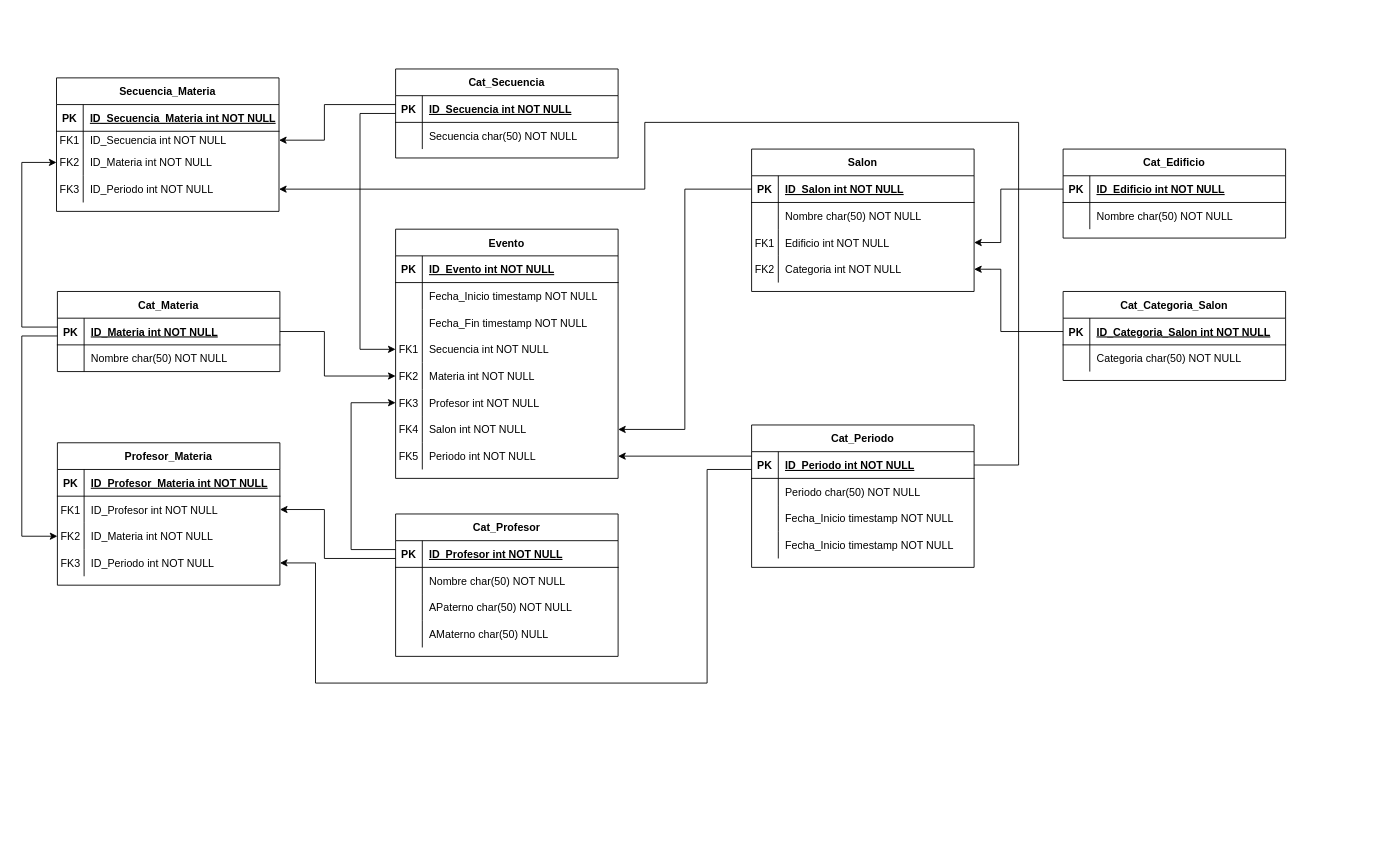
This is database/Diagrama.drawio from licdavidob/Zeus, a draw.io file, before an edit. Source tidied: cells renumbered, new cells numbered last; positions are measured from the earlier drawing's top-left corner, leaving out a move shared by most shapes. Both pictures are drawn from the tidied source at 89%, with x=0, y=0 at pixel (21, 69).
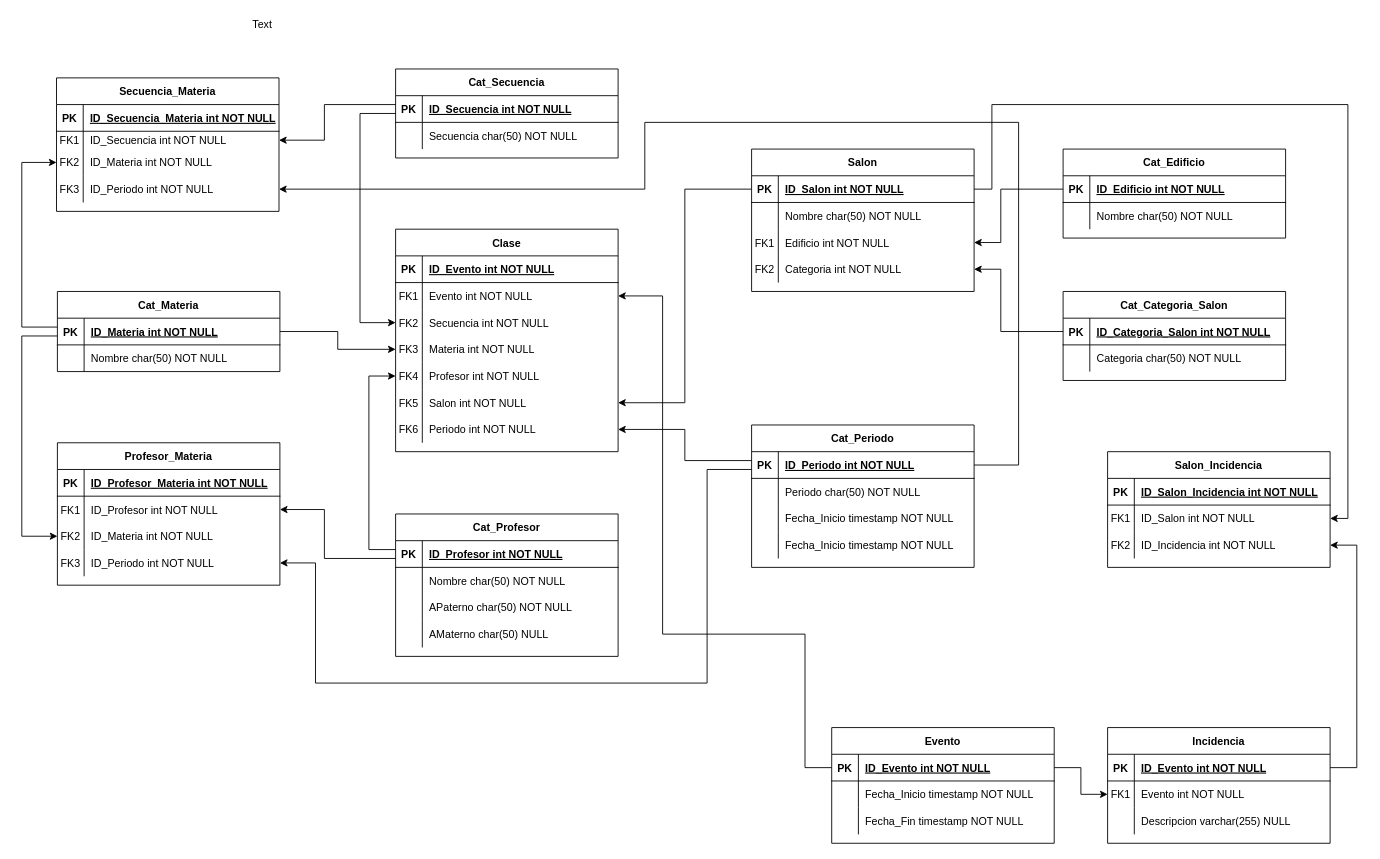
The same diagram, later.

Commit message (it also covers changes not shown here):
Trabajando en el diagrama

The change refers to these unchanged cells:
```xml
<mxCell id="3" style="shape=partialRectangle;fillColor=none;points=[[0,0.5],[1,0.5]];portConstraint=eastwest;top=0;left=0;right=0;bottom=1;" parent="2" vertex="1">
  <mxGeometry y="30" width="250" height="30" as="geometry" />
</mxCell>
<mxCell id="10" style="shape=partialRectangle;fillColor=none;points=[[0,0.5],[1,0.5]];portConstraint=eastwest;top=0;left=0;right=0;bottom=1;" parent="9" vertex="1">
  <mxGeometry y="30" width="250" height="30" as="geometry" />
</mxCell>
<mxCell id="23" style="shape=partialRectangle;fillColor=none;points=[[0,0.5],[1,0.5]];portConstraint=eastwest;top=0;left=0;right=0;bottom=1;" parent="22" vertex="1">
  <mxGeometry y="30" width="250" height="30" as="geometry" />
</mxCell>
<mxCell id="30" style="shape=partialRectangle;fillColor=none;points=[[0,0.5],[1,0.5]];portConstraint=eastwest;top=0;left=0;right=0;bottom=1;" parent="29" vertex="1">
  <mxGeometry y="30" width="250" height="30" as="geometry" />
</mxCell>
<mxCell id="60" style="shape=partialRectangle;fillColor=none;points=[[0,0.5],[1,0.5]];portConstraint=eastwest;top=0;left=0;right=0;bottom=0;" parent="56" vertex="1">
  <mxGeometry y="60" width="250" height="30" as="geometry" />
</mxCell>
<mxCell id="95" style="shape=partialRectangle;fillColor=none;points=[[0,0.5],[1,0.5]];portConstraint=eastwest;top=0;left=0;right=0;bottom=1;" parent="94" vertex="1">
  <mxGeometry y="30" width="250" height="30" as="geometry" />
</mxCell>
```

What changed in the source:
```diff
@@
-    <mxCell id="56" value="Evento" style="shape=table;startSize=30;childLayout=tableLayout;rowLines=0;fontStyle=1;align=center;" parent="1" vertex="1">
-      <mxGeometry x="420" y="180" width="250" height="280" as="geometry" />
+    <mxCell id="56" value="Clase" style="shape=table;startSize=30;childLayout=tableLayout;rowLines=0;fontStyle=1;align=center;" parent="1" vertex="1">
+      <mxGeometry x="420" y="180" width="250" height="250" as="geometry" />
     </mxCell>
@@
-    <mxCell id="61" style="shape=partialRectangle;overflow=hidden;fillColor=none;top=0;left=0;bottom=0;right=0;" parent="60" vertex="1">
+    <mxCell id="61" value="FK1" style="shape=partialRectangle;overflow=hidden;fillColor=none;top=0;left=0;bottom=0;right=0;" parent="60" vertex="1">
       <mxGeometry width="30" height="30" as="geometry" />
     </mxCell>
-    <mxCell id="62" value="Fecha_Inicio timestamp NOT NULL " style="shape=partialRectangle;overflow=hidden;fillColor=none;top=0;left=0;bottom=0;right=0;align=left;spacingLeft=6;" parent="60" vertex="1">
+    <mxCell id="62" value="Evento int NOT NULL " style="shape=partialRectangle;overflow=hidden;fillColor=none;top=0;left=0;bottom=0;right=0;align=left;spacingLeft=6;" parent="60" vertex="1">
       <mxGeometry x="30" width="220" height="30" as="geometry" />
     </mxCell>
-    <mxCell id="63" style="shape=partialRectangle;fillColor=none;top=0;left=0;right=0;bottom=0;" parent="56" vertex="1">
-      <mxGeometry y="90" width="250" height="30" as="geometry" />
-    </mxCell>
-    <mxCell id="64" style="shape=partialRectangle;overflow=hidden;fillColor=none;top=0;left=0;bottom=0;right=0;" parent="63" vertex="1">
-      <mxGeometry width="30" height="30" as="geometry" />
-    </mxCell>
-    <mxCell id="65" value="Fecha_Fin timestamp NOT NULL" style="shape=partialRectangle;overflow=hidden;fillColor=none;top=0;left=0;bottom=0;right=0;align=left;spacingLeft=6;" parent="63" vertex="1">
-      <mxGeometry x="30" width="220" height="30" as="geometry" />
-    </mxCell>
     <mxCell id="66" style="shape=partialRectangle;fillColor=none;points=[[0,0.5],[1,0.5]];portConstraint=eastwest;top=0;left=0;right=0;bottom=0;" parent="56" vertex="1">
-      <mxGeometry y="120" width="250" height="30" as="geometry" />
+      <mxGeometry y="90" width="250" height="30" as="geometry" />
     </mxCell>
-    <mxCell id="67" value="FK1" style="shape=partialRectangle;overflow=hidden;fillColor=none;top=0;left=0;bottom=0;right=0;" parent="66" vertex="1">
+    <mxCell id="67" value="FK2" style="shape=partialRectangle;overflow=hidden;fillColor=none;top=0;left=0;bottom=0;right=0;" parent="66" vertex="1">
       <mxGeometry width="30" height="30" as="geometry" />
     </mxCell>
@@
     <mxCell id="69" style="shape=partialRectangle;fillColor=none;points=[[0,0.5],[1,0.5]];portConstraint=eastwest;top=0;left=0;right=0;bottom=0;" parent="56" vertex="1">
-      <mxGeometry y="150" width="250" height="30" as="geometry" />
+      <mxGeometry y="120" width="250" height="30" as="geometry" />
     </mxCell>
-    <mxCell id="70" value="FK2" style="shape=partialRectangle;overflow=hidden;fillColor=none;top=0;left=0;bottom=0;right=0;" parent="69" vertex="1">
+    <mxCell id="70" value="FK3" style="shape=partialRectangle;overflow=hidden;fillColor=none;top=0;left=0;bottom=0;right=0;" parent="69" vertex="1">
       <mxGeometry width="30" height="30" as="geometry" />
     </mxCell>
@@
     <mxCell id="72" style="shape=partialRectangle;fillColor=none;points=[[0,0.5],[1,0.5]];portConstraint=eastwest;top=0;left=0;right=0;bottom=0;" parent="56" vertex="1">
-      <mxGeometry y="180" width="250" height="30" as="geometry" />
+      <mxGeometry y="150" width="250" height="30" as="geometry" />
     </mxCell>
-    <mxCell id="73" value="FK3" style="shape=partialRectangle;overflow=hidden;fillColor=none;top=0;left=0;bottom=0;right=0;" parent="72" vertex="1">
+    <mxCell id="73" value="FK4" style="shape=partialRectangle;overflow=hidden;fillColor=none;top=0;left=0;bottom=0;right=0;" parent="72" vertex="1">
       <mxGeometry width="30" height="30" as="geometry" />
     </mxCell>
@@
     <mxCell id="75" style="shape=partialRectangle;fillColor=none;points=[[0,0.5],[1,0.5]];portConstraint=eastwest;top=0;left=0;right=0;bottom=0;" parent="56" vertex="1">
-      <mxGeometry y="210" width="250" height="30" as="geometry" />
+      <mxGeometry y="180" width="250" height="30" as="geometry" />
     </mxCell>
-    <mxCell id="76" value="FK4" style="shape=partialRectangle;overflow=hidden;fillColor=none;top=0;left=0;bottom=0;right=0;" parent="75" vertex="1">
+    <mxCell id="76" value="FK5" style="shape=partialRectangle;overflow=hidden;fillColor=none;top=0;left=0;bottom=0;right=0;" parent="75" vertex="1">
       <mxGeometry width="30" height="30" as="geometry" />
     </mxCell>
@@
     <mxCell id="78" style="shape=partialRectangle;fillColor=none;points=[[0,0.5],[1,0.5]];portConstraint=eastwest;top=0;left=0;right=0;bottom=0;" parent="56" vertex="1">
-      <mxGeometry y="240" width="250" height="30" as="geometry" />
+      <mxGeometry y="210" width="250" height="30" as="geometry" />
     </mxCell>
-    <mxCell id="79" value="FK5" style="shape=partialRectangle;overflow=hidden;fillColor=none;top=0;left=0;bottom=0;right=0;" parent="78" vertex="1">
+    <mxCell id="79" value="FK6" style="shape=partialRectangle;overflow=hidden;fillColor=none;top=0;left=0;bottom=0;right=0;" parent="78" vertex="1">
       <mxGeometry width="30" height="30" as="geometry" />
     </mxCell>
@@
     <mxCell id="120" style="edgeStyle=orthogonalEdgeStyle;rounded=0;jettySize=auto;html=1;entryX=0;entryY=0.5;entryDx=0;entryDy=0;" parent="1" edge="1" source="23" target="66">
       <mxGeometry relative="1" as="geometry">
         <Array as="points">
           <mxPoint x="380" y="50" />
-          <mxPoint x="380" y="315" />
+          <mxPoint x="380" y="285" />
         </Array>
       </mxGeometry>
     </mxCell>
-    <mxCell id="121" style="edgeStyle=orthogonalEdgeStyle;rounded=0;jettySize=auto;html=1;entryX=0;entryY=0.5;entryDx=0;entryDy=0;" parent="1" edge="1" source="3" target="69">
-      <mxGeometry relative="1" as="geometry">
-        <Array as="points">
-          <mxPoint x="340" y="295" />
-          <mxPoint x="340" y="345" />
-        </Array>
-      </mxGeometry>
-    </mxCell>
-    <mxCell id="122" style="edgeStyle=orthogonalEdgeStyle;rounded=0;jettySize=auto;html=1;entryX=0;entryY=0.5;entryDx=0;entryDy=0;" parent="1" edge="1" source="95" target="72">
-      <mxGeometry relative="1" as="geometry">
-        <Array as="points">
-          <mxPoint x="370" y="540" />
-          <mxPoint x="370" y="375" />
-        </Array>
-      </mxGeometry>
-    </mxCell>
@@
-    <mxCell id="124" style="edgeStyle=orthogonalEdgeStyle;rounded=0;jettySize=auto;html=1;entryX=1;entryY=0.5;entryDx=0;entryDy=0;" parent="1" edge="1" source="30" target="78">
-      <mxGeometry relative="1" as="geometry">
-        <Array as="points">
-          <mxPoint x="780" y="435" />
-          <mxPoint x="780" y="435" />
-        </Array>
-      </mxGeometry>
-    </mxCell>
@@
+    <mxCell id="133" value="Evento" style="shape=table;startSize=30;childLayout=tableLayout;rowLines=0;fontStyle=1;align=center;" parent="1" vertex="1">
+      <mxGeometry x="910" y="740" width="250" height="130" as="geometry" />
+    </mxCell>
+    <mxCell id="134" style="shape=partialRectangle;fillColor=none;points=[[0,0.5],[1,0.5]];portConstraint=eastwest;top=0;left=0;right=0;bottom=1;" parent="133" vertex="1">
+      <mxGeometry y="30" width="250" height="30" as="geometry" />
+    </mxCell>
+    <mxCell id="135" value="PK" style="shape=partialRectangle;overflow=hidden;fillColor=none;top=0;left=0;bottom=0;right=0;fontStyle=1;" parent="134" vertex="1">
+      <mxGeometry width="30" height="30" as="geometry" />
+    </mxCell>
+    <mxCell id="136" value="ID_Evento int NOT NULL " style="shape=partialRectangle;overflow=hidden;fillColor=none;top=0;left=0;bottom=0;right=0;align=left;spacingLeft=6;fontStyle=5;" parent="134" vertex="1">
+      <mxGeometry x="30" width="220" height="30" as="geometry" />
+    </mxCell>
+    <mxCell id="137" style="shape=partialRectangle;fillColor=none;top=0;left=0;right=0;bottom=0;" parent="133" vertex="1">
+      <mxGeometry y="60" width="250" height="30" as="geometry" />
+    </mxCell>
+    <mxCell id="138" style="shape=partialRectangle;overflow=hidden;fillColor=none;top=0;left=0;bottom=0;right=0;" parent="137" vertex="1">
+      <mxGeometry width="30" height="30" as="geometry" />
+    </mxCell>
+    <mxCell id="139" value="Fecha_Inicio timestamp NOT NULL " style="shape=partialRectangle;overflow=hidden;fillColor=none;top=0;left=0;bottom=0;right=0;align=left;spacingLeft=6;" parent="137" vertex="1">
+      <mxGeometry x="30" width="220" height="30" as="geometry" />
+    </mxCell>
+    <mxCell id="140" style="shape=partialRectangle;fillColor=none;top=0;left=0;right=0;bottom=0;" parent="133" vertex="1">
+      <mxGeometry y="90" width="250" height="30" as="geometry" />
+    </mxCell>
+    <mxCell id="141" style="shape=partialRectangle;overflow=hidden;fillColor=none;top=0;left=0;bottom=0;right=0;" parent="140" vertex="1">
+      <mxGeometry width="30" height="30" as="geometry" />
+    </mxCell>
+    <mxCell id="65" value="Fecha_Fin timestamp NOT NULL" style="shape=partialRectangle;overflow=hidden;fillColor=none;top=0;left=0;bottom=0;right=0;align=left;spacingLeft=6;" parent="140" vertex="1">
+      <mxGeometry x="30" width="220" height="30" as="geometry" />
+    </mxCell>
+    <mxCell id="121" style="edgeStyle=orthogonalEdgeStyle;rounded=0;jettySize=auto;html=1;entryX=0;entryY=0.5;entryDx=0;entryDy=0;" parent="1" edge="1" source="3" target="69">
+      <mxGeometry relative="1" as="geometry" />
+    </mxCell>
+    <mxCell id="122" style="edgeStyle=orthogonalEdgeStyle;rounded=0;jettySize=auto;html=1;entryX=0;entryY=0.5;entryDx=0;entryDy=0;" parent="1" edge="1" source="95" target="72">
+      <mxGeometry relative="1" as="geometry">
+        <Array as="points">
+          <mxPoint x="390" y="540" />
+          <mxPoint x="390" y="345" />
+        </Array>
+      </mxGeometry>
+    </mxCell>
+    <mxCell id="124" style="edgeStyle=orthogonalEdgeStyle;rounded=0;jettySize=auto;html=1;entryX=1;entryY=0.5;entryDx=0;entryDy=0;" parent="1" edge="1" source="30" target="78">
+      <mxGeometry relative="1" as="geometry">
+        <Array as="points">
+          <mxPoint x="745" y="440" />
+          <mxPoint x="745" y="405" />
+        </Array>
+      </mxGeometry>
+    </mxCell>
+    <mxCell id="142" style="edgeStyle=orthogonalEdgeStyle;rounded=0;jettySize=auto;html=1;entryX=1;entryY=0.5;entryDx=0;entryDy=0;exitX=0;exitY=0.5;exitDx=0;exitDy=0;" parent="1" edge="1" source="134" target="60">
+      <mxGeometry relative="1" as="geometry">
+        <Array as="points">
+          <mxPoint x="880" y="785" />
+          <mxPoint x="880" y="635" />
+          <mxPoint x="720" y="635" />
+          <mxPoint x="720" y="255" />
+        </Array>
+      </mxGeometry>
+    </mxCell>
+    <mxCell id="143" value="Incidencia" style="shape=table;startSize=30;childLayout=tableLayout;rowLines=0;fontStyle=1;align=center;" parent="1" vertex="1">
+      <mxGeometry x="1220" y="740" width="250" height="130" as="geometry" />
+    </mxCell>
+    <mxCell id="144" style="shape=partialRectangle;fillColor=none;points=[[0,0.5],[1,0.5]];portConstraint=eastwest;top=0;left=0;right=0;bottom=1;" parent="143" vertex="1">
+      <mxGeometry y="30" width="250" height="30" as="geometry" />
+    </mxCell>
+    <mxCell id="145" value="PK" style="shape=partialRectangle;overflow=hidden;fillColor=none;top=0;left=0;bottom=0;right=0;fontStyle=1;" parent="144" vertex="1">
+      <mxGeometry width="30" height="30" as="geometry" />
+    </mxCell>
+    <mxCell id="146" value="ID_Evento int NOT NULL " style="shape=partialRectangle;overflow=hidden;fillColor=none;top=0;left=0;bottom=0;right=0;align=left;spacingLeft=6;fontStyle=5;" parent="144" vertex="1">
+      <mxGeometry x="30" width="220" height="30" as="geometry" />
+    </mxCell>
+    <mxCell id="147" style="shape=partialRectangle;fillColor=none;points=[[0,0.5],[1,0.5]];portConstraint=eastwest;top=0;left=0;right=0;bottom=0;" parent="143" vertex="1">
+      <mxGeometry y="60" width="250" height="30" as="geometry" />
+    </mxCell>
+    <mxCell id="148" value="FK1" style="shape=partialRectangle;overflow=hidden;fillColor=none;top=0;left=0;bottom=0;right=0;" parent="147" vertex="1">
+      <mxGeometry width="30" height="30" as="geometry" />
+    </mxCell>
+    <mxCell id="149" value="Evento int NOT NULL " style="shape=partialRectangle;overflow=hidden;fillColor=none;top=0;left=0;bottom=0;right=0;align=left;spacingLeft=6;" parent="147" vertex="1">
+      <mxGeometry x="30" width="220" height="30" as="geometry" />
+    </mxCell>
+    <mxCell id="150" style="shape=partialRectangle;fillColor=none;top=0;left=0;right=0;bottom=0;" parent="143" vertex="1">
+      <mxGeometry y="90" width="250" height="30" as="geometry" />
+    </mxCell>
+    <mxCell id="151" style="shape=partialRectangle;overflow=hidden;fillColor=none;top=0;left=0;bottom=0;right=0;" parent="150" vertex="1">
+      <mxGeometry width="30" height="30" as="geometry" />
+    </mxCell>
+    <mxCell id="152" value="Descripcion varchar(255) NULL" style="shape=partialRectangle;overflow=hidden;fillColor=none;top=0;left=0;bottom=0;right=0;align=left;spacingLeft=6;" parent="150" vertex="1">
+      <mxGeometry x="30" width="220" height="30" as="geometry" />
+    </mxCell>
+    <mxCell id="153" style="edgeStyle=orthogonalEdgeStyle;rounded=0;jettySize=auto;html=1;entryX=0;entryY=0.5;entryDx=0;entryDy=0;" parent="1" edge="1" source="134" target="147">
+      <mxGeometry relative="1" as="geometry" />
+    </mxCell>
+    <mxCell id="154" value="Salon_Incidencia" style="shape=table;startSize=30;childLayout=tableLayout;rowLines=0;fontStyle=1;align=center;" parent="1" vertex="1">
+      <mxGeometry x="1220" y="430" width="250" height="130" as="geometry" />
+    </mxCell>
+    <mxCell id="155" style="shape=partialRectangle;fillColor=none;top=0;left=0;right=0;bottom=1;" parent="154" vertex="1">
+      <mxGeometry y="30" width="250" height="30" as="geometry" />
+    </mxCell>
+    <mxCell id="156" value="PK" style="shape=partialRectangle;overflow=hidden;fillColor=none;top=0;left=0;bottom=0;right=0;fontStyle=1;" parent="155" vertex="1">
+      <mxGeometry width="30" height="30" as="geometry" />
+    </mxCell>
+    <mxCell id="157" value="ID_Salon_Incidencia int NOT NULL " style="shape=partialRectangle;overflow=hidden;fillColor=none;top=0;left=0;bottom=0;right=0;align=left;spacingLeft=6;fontStyle=5;" parent="155" vertex="1">
+      <mxGeometry x="30" width="220" height="30" as="geometry" />
+    </mxCell>
+    <mxCell id="158" style="shape=partialRectangle;fillColor=none;points=[[0,0.5],[1,0.5]];portConstraint=eastwest;top=0;left=0;right=0;bottom=0;" parent="154" vertex="1">
+      <mxGeometry y="60" width="250" height="30" as="geometry" />
+    </mxCell>
+    <mxCell id="159" value="FK1" style="shape=partialRectangle;overflow=hidden;fillColor=none;top=0;left=0;bottom=0;right=0;" parent="158" vertex="1">
+      <mxGeometry width="30" height="30" as="geometry" />
+    </mxCell>
+    <mxCell id="160" value="ID_Salon int NOT NULL" style="shape=partialRectangle;overflow=hidden;fillColor=none;top=0;left=0;bottom=0;right=0;align=left;spacingLeft=6;" parent="158" vertex="1">
+      <mxGeometry x="30" width="220" height="30" as="geometry" />
+    </mxCell>
+    <mxCell id="161" style="shape=partialRectangle;fillColor=none;points=[[0,0.5],[1,0.5]];portConstraint=eastwest;top=0;left=0;right=0;bottom=0;" parent="154" vertex="1">
+      <mxGeometry y="90" width="250" height="30" as="geometry" />
+    </mxCell>
+    <mxCell id="162" value="FK2" style="shape=partialRectangle;overflow=hidden;fillColor=none;top=0;left=0;bottom=0;right=0;" parent="161" vertex="1">
+      <mxGeometry width="30" height="30" as="geometry" />
+    </mxCell>
+    <mxCell id="163" value="ID_Incidencia int NOT NULL" style="shape=partialRectangle;overflow=hidden;fillColor=none;top=0;left=0;bottom=0;right=0;align=left;spacingLeft=6;" parent="161" vertex="1">
+      <mxGeometry x="30" width="220" height="30" as="geometry" />
+    </mxCell>
+    <mxCell id="164" style="edgeStyle=orthogonalEdgeStyle;rounded=0;jettySize=auto;html=1;entryX=1;entryY=0.5;entryDx=0;entryDy=0;" parent="1" edge="1" source="144" target="161">
+      <mxGeometry relative="1" as="geometry">
+        <Array as="points">
+          <mxPoint x="1500" y="785" />
+          <mxPoint x="1500" y="535" />
+        </Array>
+      </mxGeometry>
+    </mxCell>
+    <mxCell id="165" style="edgeStyle=orthogonalEdgeStyle;rounded=0;jettySize=auto;html=1;entryX=1;entryY=0.5;entryDx=0;entryDy=0;exitX=1;exitY=0.5;exitDx=0;exitDy=0;" parent="1" edge="1" source="10" target="158">
+      <mxGeometry relative="1" as="geometry">
+        <Array as="points">
+          <mxPoint x="1090" y="135" />
+          <mxPoint x="1090" y="40" />
+          <mxPoint x="1490" y="40" />
+          <mxPoint x="1490" y="505" />
+        </Array>
+      </mxGeometry>
+    </mxCell>
+    <mxCell id="166" value="Text" style="text;html=1;align=center;verticalAlign=middle;fillColor=none;strokeColor=none;rounded=0;" parent="1" vertex="1">
+      <mxGeometry x="250" y="-60" width="40" height="20" as="geometry" />
+    </mxCell>
```
